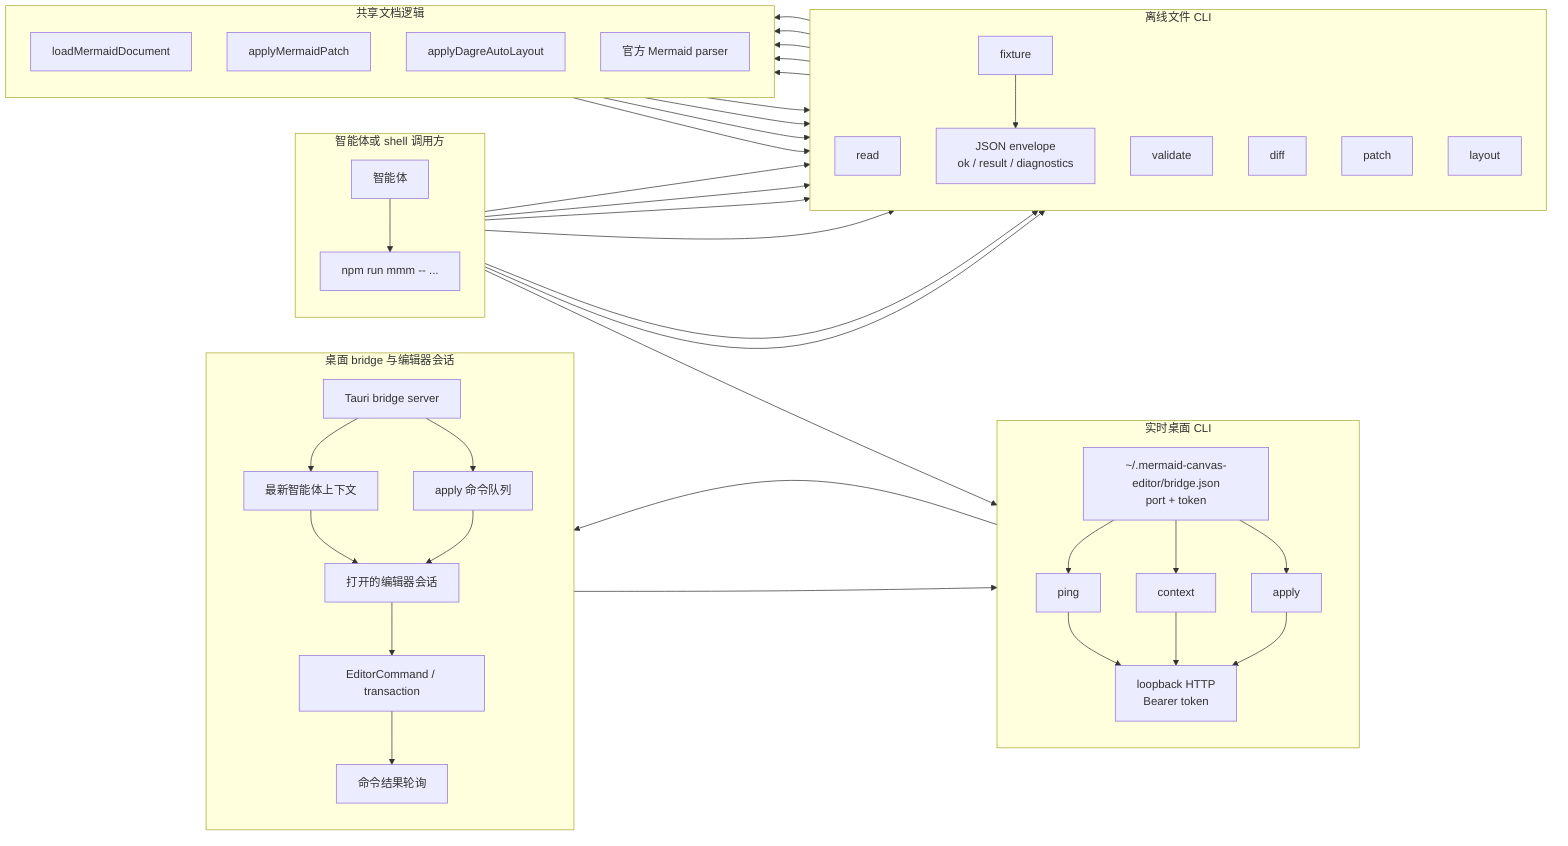
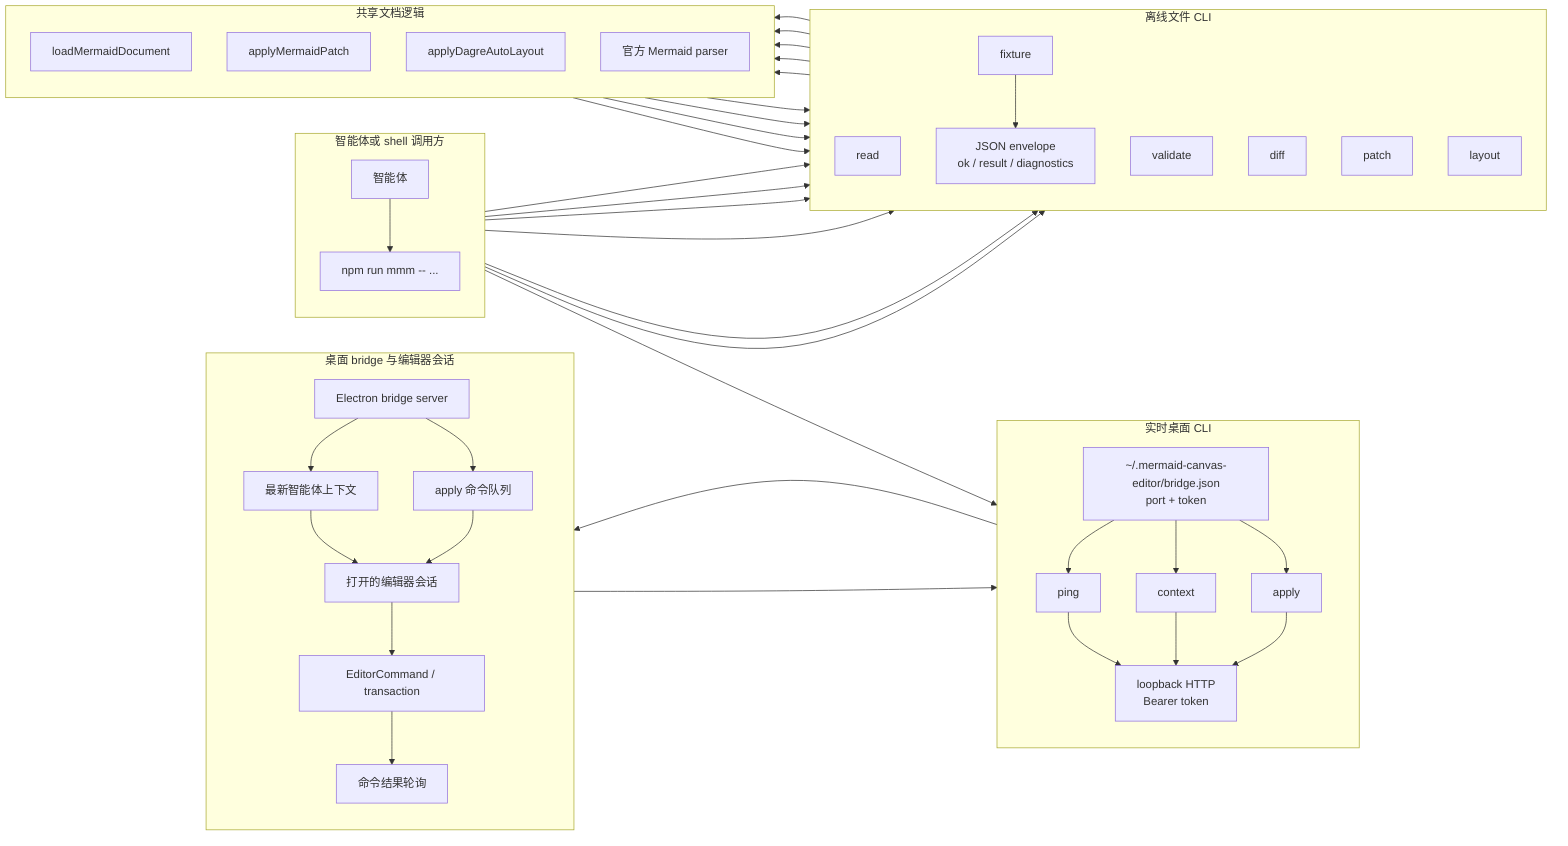
%% 离线 CLI 与实时桌面智能体桥接
flowchart LR
  subgraph AgentSide[智能体或 shell 调用方]
    direction TB
    Agent["智能体"]
    Cli["npm run mmm -- ..."]
  end

  subgraph OfflineCli[离线文件 CLI]
    direction TB
    Read["read"]
    Validate["validate"]
    Diff["diff"]
    Patch["patch"]
    Layout["layout"]
    Fixture["fixture"]
    CliEnvelope["JSON envelope<br/>ok / result / diagnostics"]
  end

  subgraph LiveCli[实时桌面 CLI]
    direction TB
    Discovery["~/.mermaid-canvas-editor/bridge.json<br/>port + token"]
    Ping["ping"]
    Context["context"]
    Apply["apply"]
    HttpBridge["loopback HTTP<br/>Bearer token"]
  end

  subgraph DesktopBridge[桌面 bridge 与编辑器会话]
    direction TB
-     TauriBridge["Tauri bridge server"]
+     ElectronBridge["Electron bridge server"]
    ContextStore["最新智能体上下文"]
    CommandQueue["apply 命令队列"]
    EditorSession["打开的编辑器会话"]
    Transaction["EditorCommand / transaction"]
    ResultStore["命令结果轮询"]
  end

  subgraph SharedLogic[共享文档逻辑]
    direction TB
    LoadDoc["loadMermaidDocument"]
    PatchDoc["applyMermaidPatch"]
    AutoLayout["applyDagreAutoLayout"]
    ValidateSyntax["官方 Mermaid parser"]
  end

  Agent --> Cli
  Cli --> Read
  Cli --> Validate
  Cli --> Diff
  Cli --> Patch
  Cli --> Layout
  Cli --> Fixture
  Cli --> Discovery
  Discovery --> Ping
  Discovery --> Context
  Discovery --> Apply

  Read --> LoadDoc
  Validate --> ValidateSyntax
  Diff --> LoadDoc
  Patch --> PatchDoc
  Layout --> AutoLayout
  Fixture --> CliEnvelope
  LoadDoc --> CliEnvelope
  PatchDoc --> CliEnvelope
  AutoLayout --> CliEnvelope
  ValidateSyntax --> CliEnvelope

  Ping --> HttpBridge
  Context --> HttpBridge
  Apply --> HttpBridge
-   HttpBridge --> TauriBridge
-   TauriBridge --> ContextStore
-   TauriBridge --> CommandQueue
+   HttpBridge --> ElectronBridge
+   ElectronBridge --> ContextStore
+   ElectronBridge --> CommandQueue
  ContextStore --> EditorSession
  CommandQueue --> EditorSession
  EditorSession --> Transaction
  Transaction --> ResultStore
  ResultStore --> HttpBridge
